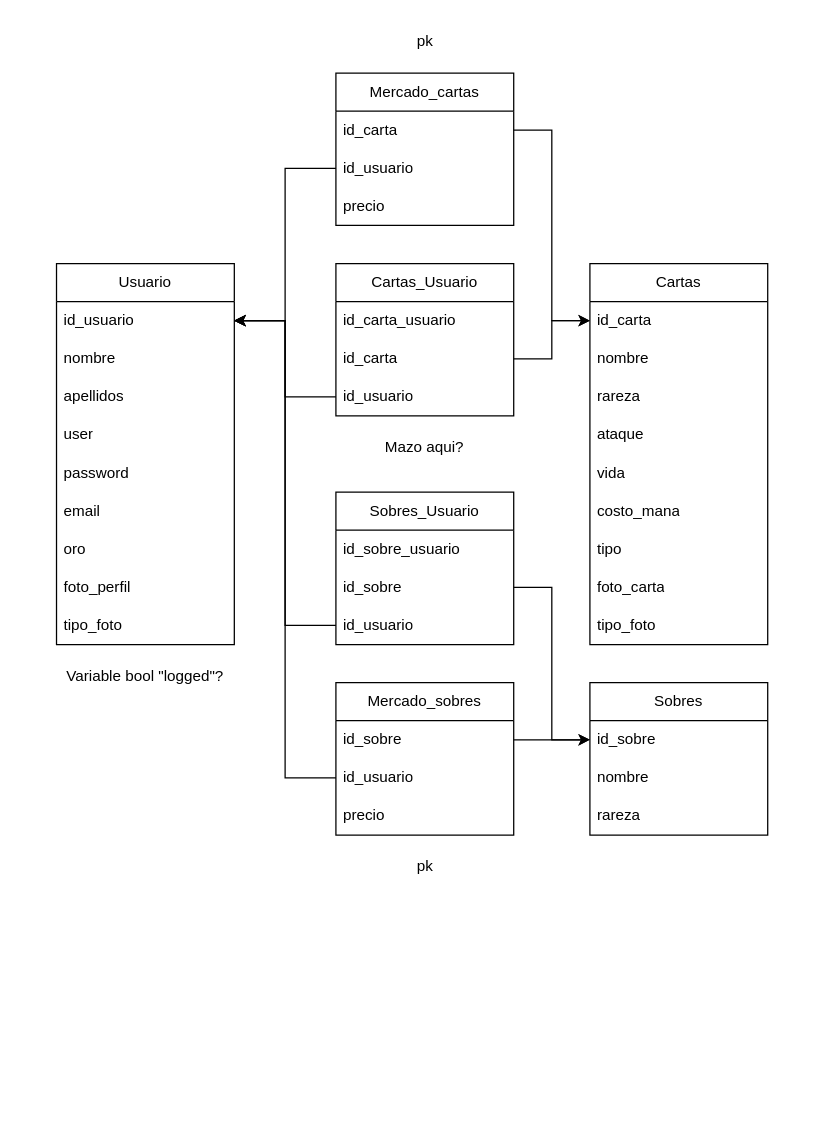
This is Diagramas/BBDD.drawio from MiguelGallardoRevaliente/ProjecteFinal, a draw.io file, before an edit. Source tidied: cells renumbered, new cells numbered last; positions are measured from the earlier drawing's top-left corner, leaving out a move shared by most shapes. Both pictures are drawn from the tidied source at 127%, with x=0, y=0 at pixel (56, 22).
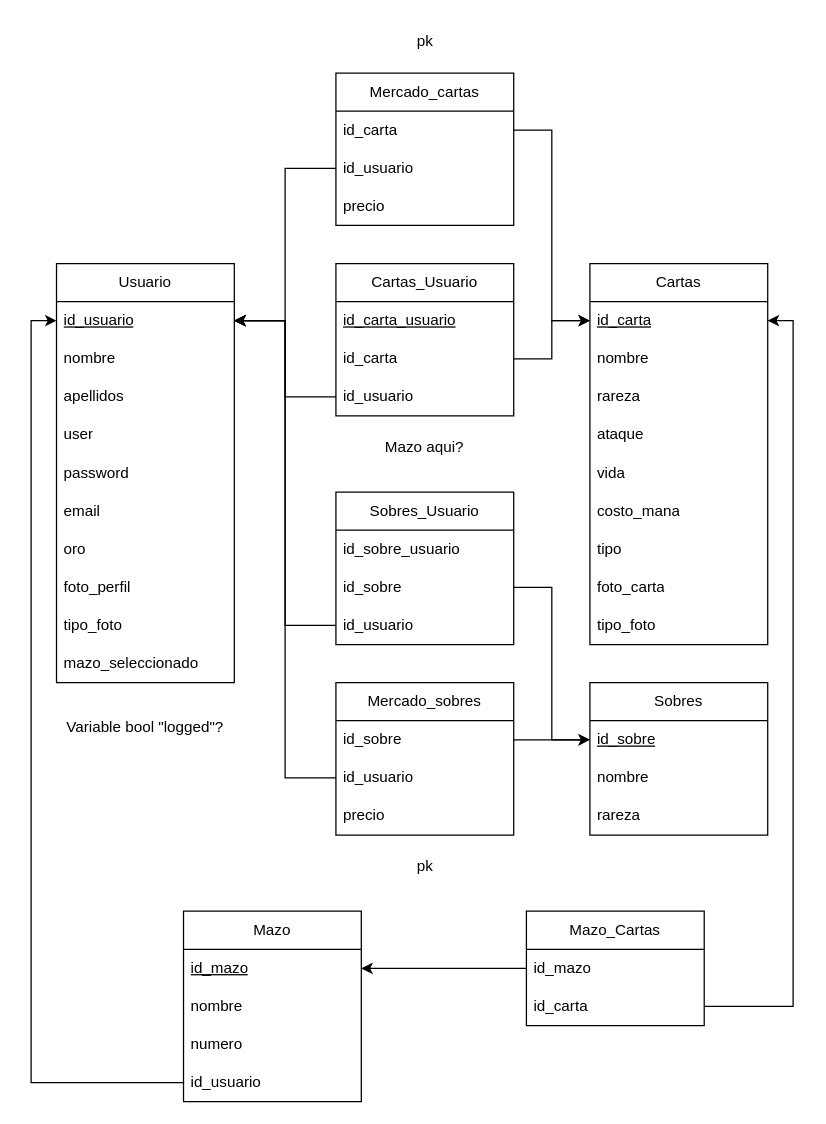
The same diagram, later.

Unchanged cells that the change refers to:
```xml
<mxCell id="12" value="Cartas" style="swimlane;fontStyle=0;horizontal=1;startSize=30;whiteSpace=wrap;html=1;" parent="1" vertex="1">
  <mxGeometry x="420" y="190" width="140" height="300" as="geometry" />
</mxCell>
<mxCell id="22" value="Cartas_Usuario" style="swimlane;fontStyle=0;horizontal=1;startSize=30;whiteSpace=wrap;html=1;" parent="1" vertex="1">
  <mxGeometry x="220" y="190" width="140" height="120" as="geometry" />
</mxCell>
<mxCell id="28" value="Sobres" style="swimlane;fontStyle=0;horizontal=1;startSize=30;whiteSpace=wrap;html=1;" parent="1" vertex="1">
  <mxGeometry x="420" y="520" width="140" height="120" as="geometry" />
</mxCell>
```

Change to the diagram source:
```diff
@@
     <mxCell id="2" value="Usuario" style="swimlane;fontStyle=0;horizontal=1;startSize=30;whiteSpace=wrap;html=1;" parent="1" vertex="1">
-      <mxGeometry y="190" width="140" height="300" as="geometry" />
+      <mxGeometry y="190" width="140" height="330" as="geometry" />
     </mxCell>
-    <mxCell id="3" value="id_usuario" style="text;strokeColor=none;fillColor=none;align=left;verticalAlign=middle;spacingLeft=4;spacingRight=4;overflow=hidden;points=[[0,0.5],[1,0.5]];portConstraint=eastwest;whiteSpace=wrap;html=1;" parent="2" vertex="1">
+    <mxCell id="3" value="&lt;u&gt;id_usuario&lt;/u&gt;" style="text;strokeColor=none;fillColor=none;align=left;verticalAlign=middle;spacingLeft=4;spacingRight=4;overflow=hidden;points=[[0,0.5],[1,0.5]];portConstraint=eastwest;whiteSpace=wrap;html=1;" parent="2" vertex="1">
       <mxGeometry y="30" width="140" height="30" as="geometry" />
     </mxCell>
@@
+    <mxCell id="54" value="mazo_seleccionado" style="text;strokeColor=none;fillColor=none;align=left;verticalAlign=middle;spacingLeft=4;spacingRight=4;overflow=hidden;whiteSpace=wrap;html=1;" parent="2" vertex="1">
+      <mxGeometry y="300" width="140" height="30" as="geometry" />
+    </mxCell>
@@
-    <mxCell id="13" value="id_carta" style="text;strokeColor=none;fillColor=none;align=left;verticalAlign=middle;spacingLeft=4;spacingRight=4;overflow=hidden;points=[[0,0.5],[1,0.5]];portConstraint=eastwest;whiteSpace=wrap;html=1;" parent="12" vertex="1">
+    <mxCell id="13" value="&lt;u&gt;id_carta&lt;/u&gt;" style="text;strokeColor=none;fillColor=none;align=left;verticalAlign=middle;spacingLeft=4;spacingRight=4;overflow=hidden;points=[[0,0.5],[1,0.5]];portConstraint=eastwest;whiteSpace=wrap;html=1;" parent="12" vertex="1">
       <mxGeometry y="30" width="140" height="30" as="geometry" />
     </mxCell>
@@
-    <mxCell id="23" value="id_carta_usuario" style="text;strokeColor=none;fillColor=none;align=left;verticalAlign=middle;spacingLeft=4;spacingRight=4;overflow=hidden;whiteSpace=wrap;html=1;" parent="22" vertex="1">
+    <mxCell id="23" value="&lt;u&gt;id_carta_usuario&lt;/u&gt;" style="text;strokeColor=none;fillColor=none;align=left;verticalAlign=middle;spacingLeft=4;spacingRight=4;overflow=hidden;whiteSpace=wrap;html=1;" parent="22" vertex="1">
       <mxGeometry y="30" width="140" height="30" as="geometry" />
     </mxCell>
@@
     <mxCell id="27" value="Variable bool &quot;logged&quot;?" style="text;html=1;align=center;verticalAlign=middle;whiteSpace=wrap;rounded=0;" parent="1" vertex="1">
-      <mxGeometry x="5" y="500" width="130" height="30" as="geometry" />
+      <mxGeometry x="5" y="540" width="130" height="30" as="geometry" />
     </mxCell>
@@
-    <mxCell id="29" value="id_sobre" style="text;strokeColor=none;fillColor=none;align=left;verticalAlign=middle;spacingLeft=4;spacingRight=4;overflow=hidden;points=[[0,0.5],[1,0.5]];portConstraint=eastwest;whiteSpace=wrap;html=1;" parent="28" vertex="1">
+    <mxCell id="29" value="&lt;u&gt;id_sobre&lt;/u&gt;" style="text;strokeColor=none;fillColor=none;align=left;verticalAlign=middle;spacingLeft=4;spacingRight=4;overflow=hidden;points=[[0,0.5],[1,0.5]];portConstraint=eastwest;whiteSpace=wrap;html=1;" parent="28" vertex="1">
       <mxGeometry y="30" width="140" height="30" as="geometry" />
     </mxCell>
@@
+    <mxCell id="55" value="Mazo" style="swimlane;fontStyle=0;horizontal=1;startSize=30;whiteSpace=wrap;html=1;" parent="1" vertex="1">
+      <mxGeometry x="100" y="700" width="140" height="150" as="geometry" />
+    </mxCell>
+    <mxCell id="56" value="&lt;u&gt;id_mazo&lt;/u&gt;" style="text;strokeColor=none;fillColor=none;align=left;verticalAlign=middle;spacingLeft=4;spacingRight=4;overflow=hidden;points=[[0,0.5],[1,0.5]];portConstraint=eastwest;whiteSpace=wrap;html=1;" parent="55" vertex="1">
+      <mxGeometry y="30" width="140" height="30" as="geometry" />
+    </mxCell>
+    <mxCell id="57" value="nombre" style="text;strokeColor=none;fillColor=none;align=left;verticalAlign=middle;spacingLeft=4;spacingRight=4;overflow=hidden;whiteSpace=wrap;html=1;" parent="55" vertex="1">
+      <mxGeometry y="60" width="140" height="30" as="geometry" />
+    </mxCell>
+    <mxCell id="58" value="numero" style="text;strokeColor=none;fillColor=none;align=left;verticalAlign=middle;spacingLeft=4;spacingRight=4;overflow=hidden;whiteSpace=wrap;html=1;" parent="55" vertex="1">
+      <mxGeometry y="90" width="140" height="30" as="geometry" />
+    </mxCell>
+    <mxCell id="59" value="id_usuario" style="text;strokeColor=none;fillColor=none;align=left;verticalAlign=middle;spacingLeft=4;spacingRight=4;overflow=hidden;points=[[0,0.5],[1,0.5]];portConstraint=eastwest;whiteSpace=wrap;html=1;" parent="55" vertex="1">
+      <mxGeometry y="120" width="140" height="30" as="geometry" />
+    </mxCell>
+    <mxCell id="60" value="Mazo_Cartas" style="swimlane;fontStyle=0;horizontal=1;startSize=30;whiteSpace=wrap;html=1;" parent="1" vertex="1">
+      <mxGeometry x="370" y="700" width="140" height="90" as="geometry" />
+    </mxCell>
+    <mxCell id="61" value="id_mazo" style="text;strokeColor=none;fillColor=none;align=left;verticalAlign=middle;spacingLeft=4;spacingRight=4;overflow=hidden;points=[[0,0.5],[1,0.5]];portConstraint=eastwest;whiteSpace=wrap;html=1;" parent="60" vertex="1">
+      <mxGeometry y="30" width="140" height="30" as="geometry" />
+    </mxCell>
+    <mxCell id="62" value="id_carta" style="text;strokeColor=none;fillColor=none;align=left;verticalAlign=middle;spacingLeft=4;spacingRight=4;overflow=hidden;points=[[0,0.5],[1,0.5]];portConstraint=eastwest;whiteSpace=wrap;html=1;" parent="60" vertex="1">
+      <mxGeometry y="60" width="140" height="30" as="geometry" />
+    </mxCell>
+    <mxCell id="63" style="edgeStyle=orthogonalEdgeStyle;rounded=0;jettySize=auto;html=1;" parent="1" edge="1" source="61" target="56">
+      <mxGeometry relative="1" as="geometry" />
+    </mxCell>
+    <mxCell id="64" style="edgeStyle=orthogonalEdgeStyle;rounded=0;jettySize=auto;html=1;entryX=1;entryY=0.5;entryDx=0;entryDy=0;" parent="1" edge="1" source="62" target="13">
+      <mxGeometry relative="1" as="geometry" />
+    </mxCell>
+    <mxCell id="65" style="edgeStyle=orthogonalEdgeStyle;rounded=0;jettySize=auto;html=1;entryX=0;entryY=0.5;entryDx=0;entryDy=0;" parent="1" edge="1" source="59" target="3">
+      <mxGeometry relative="1" as="geometry" />
+    </mxCell>
```
